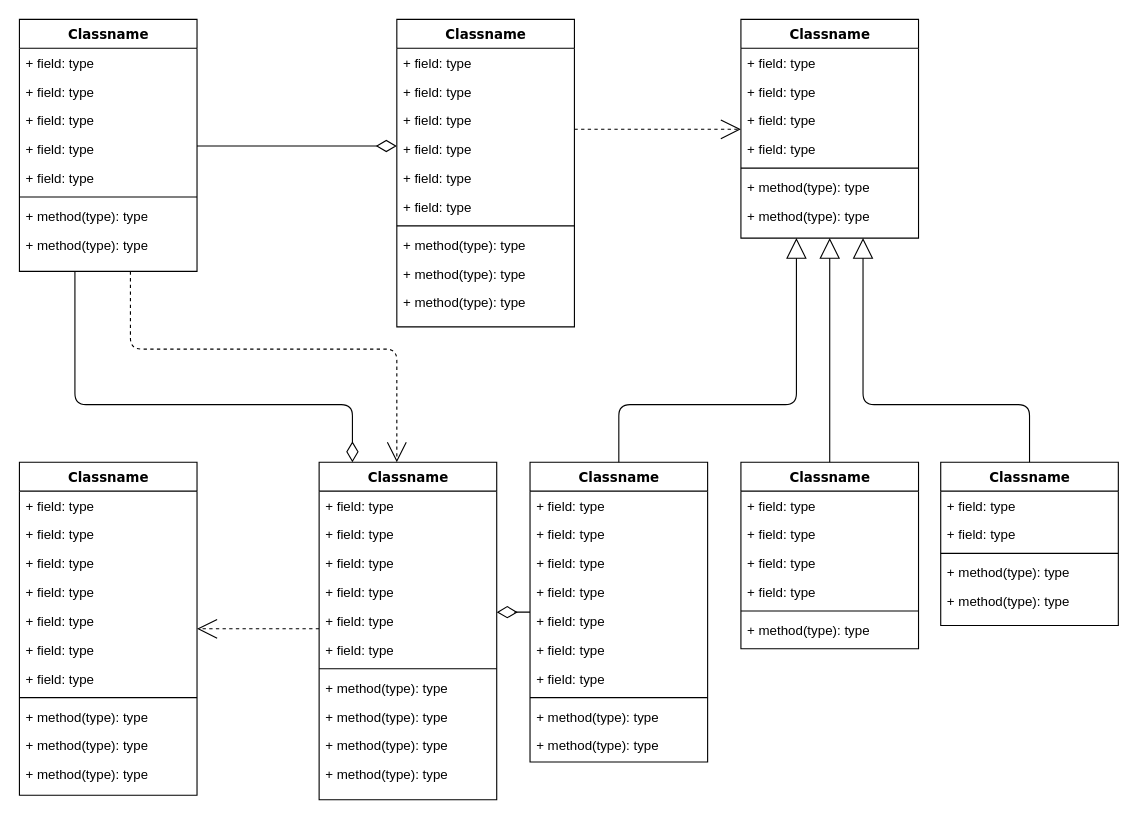
ravi-aman/challenge-application- keeps this draw.io diagram as Untitled Diagram.drawio. Above is the earlier version. Source tidied: cells renumbered, new cells numbered last; positions are measured from the earlier drawing's top-left corner, leaving out a move shared by most shapes. Both pictures are drawn from the tidied source at 111%, with x=0, y=0 at pixel (19, 19).
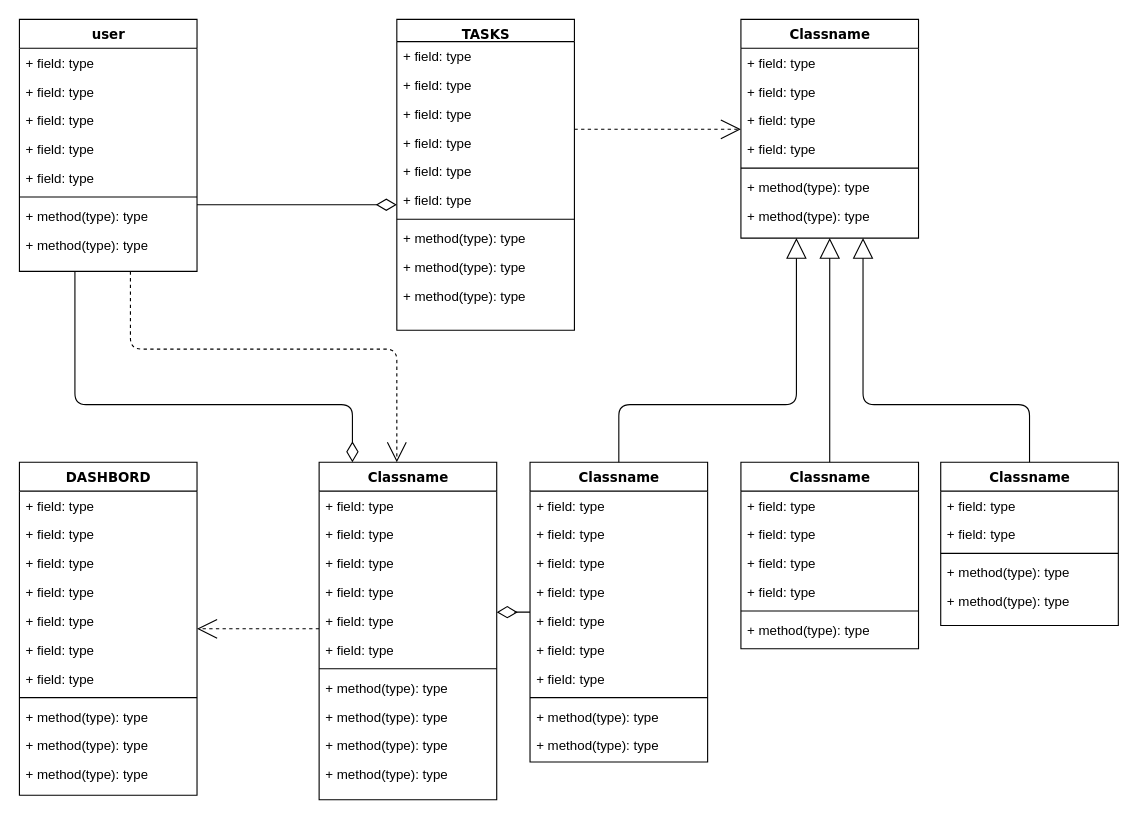
The same page after the edit.

The edit, as a diff of the source:
```diff
@@
-    <mxCell id="4" value="Classname" style="swimlane;html=1;fontStyle=1;align=center;verticalAlign=top;horizontal=1;startSize=26;swimlaneFillColor=#ffffff;rounded=0;shadow=0;comic=0;labelBackgroundColor=none;strokeWidth=1;fillColor=none;fontFamily=Verdana;fontSize=12;" parent="1" vertex="1">
+    <mxCell id="4" value="user" style="swimlane;html=1;fontStyle=1;align=center;verticalAlign=top;horizontal=1;startSize=26;swimlaneFillColor=#ffffff;rounded=0;shadow=0;comic=0;labelBackgroundColor=none;strokeWidth=1;fillColor=none;fontFamily=Verdana;fontSize=12;" parent="1" vertex="1">
       <mxGeometry width="160" height="227" as="geometry" />
     </mxCell>
@@
-    <mxCell id="14" value="Classname" style="swimlane;html=1;fontStyle=1;align=center;verticalAlign=top;horizontal=1;startSize=26;swimlaneFillColor=#ffffff;rounded=0;shadow=0;comic=0;labelBackgroundColor=none;strokeWidth=1;fillColor=none;fontFamily=Verdana;fontSize=12;" parent="1" vertex="1">
-      <mxGeometry x="340" width="160" height="277" as="geometry" />
+    <mxCell id="14" value="TASKS" style="swimlane;html=1;fontStyle=1;align=center;verticalAlign=top;horizontal=1;startSize=20;swimlaneFillColor=#ffffff;rounded=0;shadow=0;comic=0;labelBackgroundColor=none;strokeWidth=1;fillColor=none;fontFamily=Verdana;fontSize=12;" parent="1" vertex="1">
+      <mxGeometry x="340" width="160" height="280" as="geometry" />
     </mxCell>
     <mxCell id="15" value="+ field: type" style="text;html=1;strokeColor=none;fillColor=none;align=left;verticalAlign=top;spacingLeft=4;spacingRight=4;whiteSpace=wrap;overflow=hidden;" parent="14" vertex="1">
-      <mxGeometry y="26" width="160" height="26" as="geometry" />
+      <mxGeometry y="20" width="160" height="26" as="geometry" />
     </mxCell>
     <mxCell id="16" value="+ field: type" style="text;html=1;strokeColor=none;fillColor=none;align=left;verticalAlign=top;spacingLeft=4;spacingRight=4;whiteSpace=wrap;overflow=hidden;" parent="14" vertex="1">
-      <mxGeometry y="52" width="160" height="26" as="geometry" />
+      <mxGeometry y="46" width="160" height="26" as="geometry" />
     </mxCell>
     <mxCell id="17" value="+ field: type" style="text;html=1;strokeColor=none;fillColor=none;align=left;verticalAlign=top;spacingLeft=4;spacingRight=4;whiteSpace=wrap;overflow=hidden;" parent="14" vertex="1">
-      <mxGeometry y="78" width="160" height="26" as="geometry" />
+      <mxGeometry y="72" width="160" height="26" as="geometry" />
     </mxCell>
     <mxCell id="18" value="+ field: type" style="text;html=1;strokeColor=none;fillColor=none;align=left;verticalAlign=top;spacingLeft=4;spacingRight=4;whiteSpace=wrap;overflow=hidden;" parent="14" vertex="1">
-      <mxGeometry y="104" width="160" height="26" as="geometry" />
+      <mxGeometry y="98" width="160" height="26" as="geometry" />
     </mxCell>
     <mxCell id="19" value="+ field: type" style="text;html=1;strokeColor=none;fillColor=none;align=left;verticalAlign=top;spacingLeft=4;spacingRight=4;whiteSpace=wrap;overflow=hidden;" parent="14" vertex="1">
-      <mxGeometry y="130" width="160" height="26" as="geometry" />
+      <mxGeometry y="124" width="160" height="26" as="geometry" />
     </mxCell>
     <mxCell id="20" value="+ field: type" style="text;html=1;strokeColor=none;fillColor=none;align=left;verticalAlign=top;spacingLeft=4;spacingRight=4;whiteSpace=wrap;overflow=hidden;" parent="14" vertex="1">
-      <mxGeometry y="156" width="160" height="26" as="geometry" />
+      <mxGeometry y="150" width="160" height="26" as="geometry" />
     </mxCell>
     <mxCell id="21" style="line;html=1;strokeWidth=1;fillColor=none;align=left;verticalAlign=middle;spacingTop=-1;spacingLeft=3;spacingRight=3;labelPosition=right;" parent="14" vertex="1">
-      <mxGeometry y="182" width="160" height="8" as="geometry" />
+      <mxGeometry y="176" width="160" height="8" as="geometry" />
     </mxCell>
     <mxCell id="22" value="+ method(type): type" style="text;html=1;strokeColor=none;fillColor=none;align=left;verticalAlign=top;spacingLeft=4;spacingRight=4;whiteSpace=wrap;overflow=hidden;" parent="14" vertex="1">
-      <mxGeometry y="190" width="160" height="26" as="geometry" />
+      <mxGeometry y="184" width="160" height="26" as="geometry" />
     </mxCell>
     <mxCell id="23" value="+ method(type): type" style="text;html=1;strokeColor=none;fillColor=none;align=left;verticalAlign=top;spacingLeft=4;spacingRight=4;whiteSpace=wrap;overflow=hidden;" parent="14" vertex="1">
-      <mxGeometry y="216" width="160" height="26" as="geometry" />
+      <mxGeometry y="210" width="160" height="26" as="geometry" />
     </mxCell>
     <mxCell id="24" value="+ method(type): type" style="text;html=1;strokeColor=none;fillColor=none;align=left;verticalAlign=top;spacingLeft=4;spacingRight=4;whiteSpace=wrap;overflow=hidden;" parent="14" vertex="1">
-      <mxGeometry y="242" width="160" height="26" as="geometry" />
+      <mxGeometry y="236" width="160" height="26" as="geometry" />
     </mxCell>
@@
-    <mxCell id="34" value="Classname" style="swimlane;html=1;fontStyle=1;align=center;verticalAlign=top;horizontal=1;startSize=26;swimlaneFillColor=#ffffff;rounded=0;shadow=0;comic=0;labelBackgroundColor=none;strokeWidth=1;fillColor=none;fontFamily=Verdana;fontSize=12;" parent="1" vertex="1">
+    <mxCell id="34" value="DASHBORD" style="swimlane;html=1;fontStyle=1;align=center;verticalAlign=top;horizontal=1;startSize=26;swimlaneFillColor=#ffffff;rounded=0;shadow=0;comic=0;labelBackgroundColor=none;strokeWidth=1;fillColor=none;fontFamily=Verdana;fontSize=12;" parent="1" vertex="1">
       <mxGeometry y="399" width="160" height="300" as="geometry" />
     </mxCell>
@@
     <mxCell id="86" style="edgeStyle=elbowEdgeStyle;html=1;labelBackgroundColor=none;startFill=0;startSize=8;endArrow=diamondThin;endFill=0;endSize=16;fontFamily=Verdana;fontSize=12;elbow=vertical;" parent="1" edge="1" source="4" target="14">
-      <mxGeometry relative="1" as="geometry" />
+      <mxGeometry relative="1" as="geometry">
+        <Array as="points">
+          <mxPoint x="310" y="167" />
+        </Array>
+      </mxGeometry>
     </mxCell>
```
